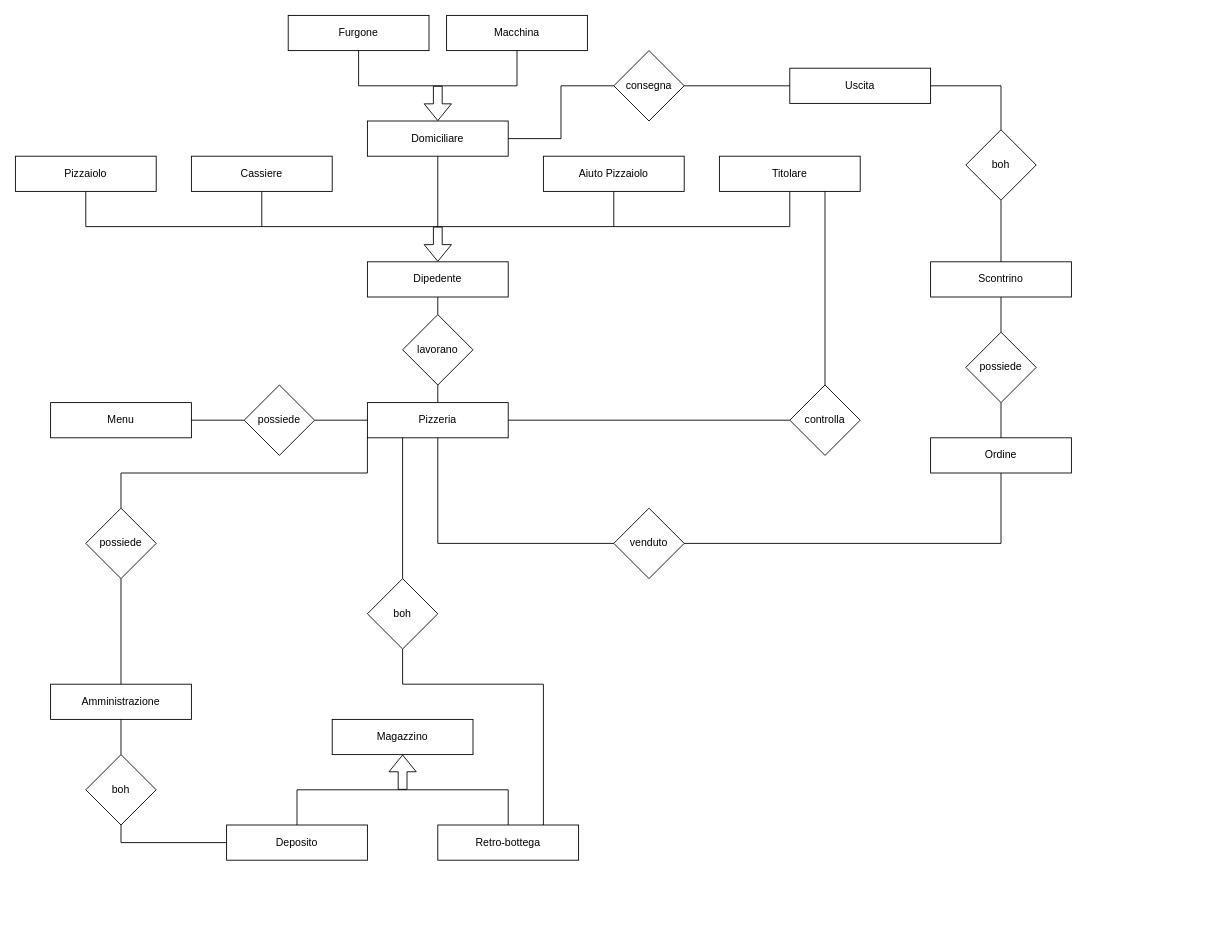
Above: Draw/PaduPizzaER.drawio in NicholasPilotto/PaduPizza (draw.io), before the change. Source tidied: cells renumbered, new cells numbered last; positions are measured from the earlier drawing's top-left corner, leaving out a move shared by most shapes. Both pictures are drawn from the tidied source at 88%, with x=0, y=0 at pixel (15, 15).
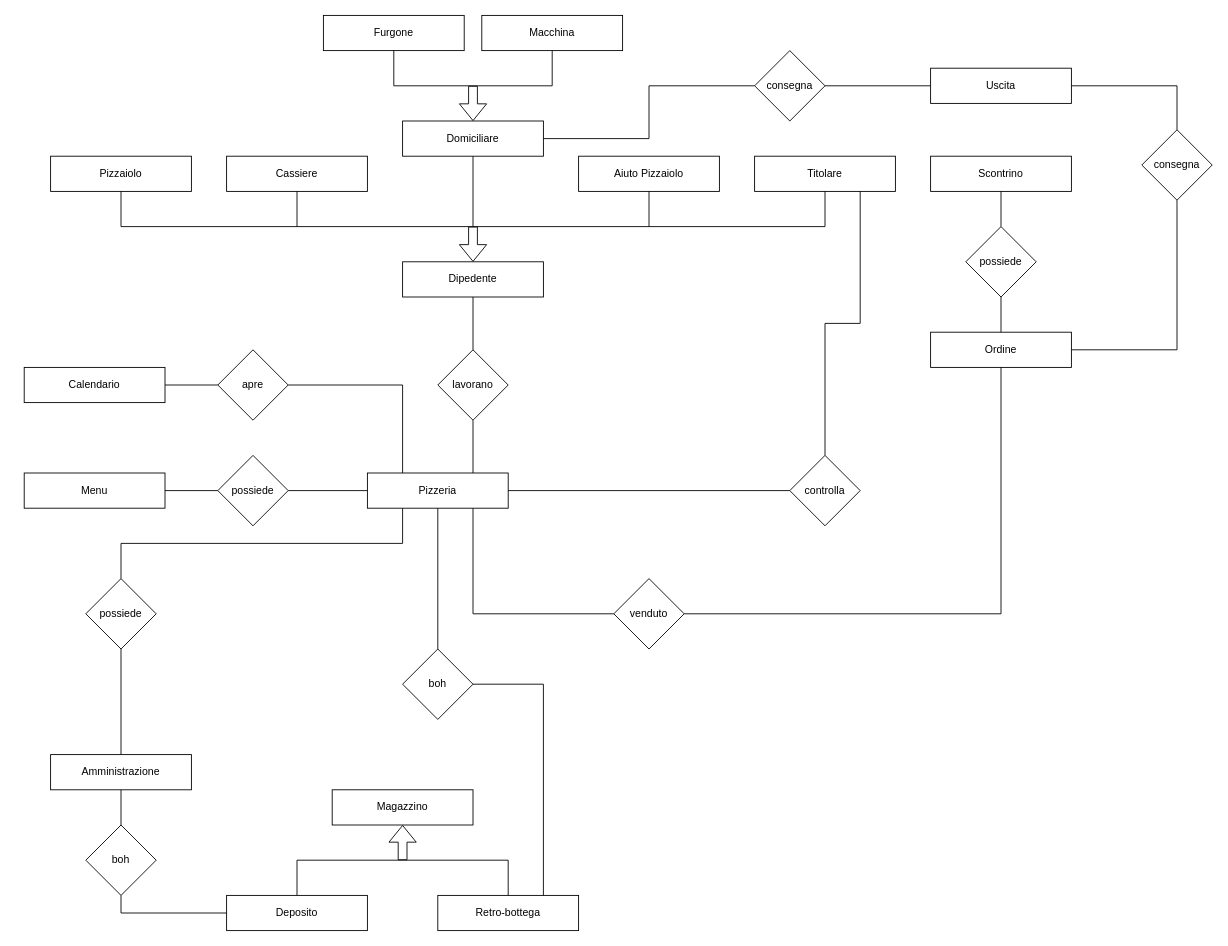
The same page after the edit.

Commit message:
Aggiunto calendario per la pizzeria e correzione collegamento tra uscita-ordine (prima era uscita-scontrino)

Diff of the diagram source:
```diff
@@
     <mxCell id="2" value="Dipedente" style="whiteSpace=wrap;html=1;align=center;comic=0;noLabel=0;portConstraintRotation=0;rounded=0;glass=0;sketch=0;shadow=0;" parent="1" vertex="1">
-      <mxGeometry x="400" y="280" width="160" height="40" as="geometry" />
+      <mxGeometry x="440" y="280" width="160" height="40" as="geometry" />
     </mxCell>
     <mxCell id="3" value="Pizzaiolo" style="whiteSpace=wrap;html=1;align=center;comic=0;noLabel=0;portConstraintRotation=0;rounded=0;glass=0;sketch=0;shadow=0;" parent="1" vertex="1">
-      <mxGeometry y="160" width="160" height="40" as="geometry" />
+      <mxGeometry x="40" y="160" width="160" height="40" as="geometry" />
     </mxCell>
     <mxCell id="4" value="Cassiere" style="whiteSpace=wrap;html=1;align=center;comic=0;noLabel=0;portConstraintRotation=0;rounded=0;glass=0;sketch=0;shadow=0;" parent="1" vertex="1">
-      <mxGeometry x="200" y="160" width="160" height="40" as="geometry" />
+      <mxGeometry x="240" y="160" width="160" height="40" as="geometry" />
     </mxCell>
     <mxCell id="5" value="Domiciliare" style="whiteSpace=wrap;html=1;align=center;comic=0;noLabel=0;portConstraintRotation=0;rounded=0;glass=0;sketch=0;shadow=0;" parent="1" vertex="1">
-      <mxGeometry x="400" y="120" width="160" height="40" as="geometry" />
+      <mxGeometry x="440" y="120" width="160" height="40" as="geometry" />
     </mxCell>
     <mxCell id="6" style="endArrow=none;html=1;entryX=0.5;entryY=1;entryDx=0;entryDy=0;" parent="1" edge="1" target="4">
       <mxGeometry relative="1" as="geometry">
-        <mxPoint x="280" y="240" as="sourcePoint" />
+        <mxPoint x="320" y="240" as="sourcePoint" />
       </mxGeometry>
     </mxCell>
     <mxCell id="7" style="endArrow=none;html=1;entryX=0.5;entryY=1;entryDx=0;entryDy=0;" parent="1" edge="1" target="5">
       <mxGeometry relative="1" as="geometry">
-        <mxPoint x="480" y="240" as="sourcePoint" />
+        <mxPoint x="520" y="240" as="sourcePoint" />
       </mxGeometry>
     </mxCell>
     <mxCell id="8" style="shape=flexArrow;endArrow=classic;html=1;entryX=0.5;entryY=0;entryDx=0;entryDy=0;" parent="1" edge="1" target="2">
       <mxGeometry relative="1" as="geometry">
-        <mxPoint x="480" y="240" as="sourcePoint" />
+        <mxPoint x="520" y="240" as="sourcePoint" />
       </mxGeometry>
     </mxCell>
     <mxCell id="9" value="Aiuto Pizzaiolo" style="whiteSpace=wrap;html=1;align=center;comic=0;noLabel=0;portConstraintRotation=0;rounded=0;glass=0;sketch=0;shadow=0;" parent="1" vertex="1">
-      <mxGeometry x="600" y="160" width="160" height="40" as="geometry" />
+      <mxGeometry x="640" y="160" width="160" height="40" as="geometry" />
     </mxCell>
-    <mxCell id="10" style="endArrow=none;html=1;entryX=0.5;entryY=1;entryDx=0;entryDy=0;" parent="1" edge="1">
-      <mxGeometry relative="1" as="geometry">
-        <mxPoint x="680" y="240" as="sourcePoint" />
-        <mxPoint x="680" y="200" as="targetPoint" />
-      </mxGeometry>
-    </mxCell>
     <mxCell id="11" value="Titolare" style="whiteSpace=wrap;html=1;align=center;comic=0;noLabel=0;portConstraintRotation=0;rounded=0;glass=0;sketch=0;shadow=0;" parent="1" vertex="1">
-      <mxGeometry x="800" y="160" width="160" height="40" as="geometry" />
+      <mxGeometry x="840" y="160" width="160" height="40" as="geometry" />
     </mxCell>
     <mxCell id="12" value="Furgone" style="whiteSpace=wrap;html=1;align=center;comic=0;noLabel=0;portConstraintRotation=0;rounded=0;glass=0;sketch=0;shadow=0;" parent="1" vertex="1">
-      <mxGeometry x="310" width="160" height="40" as="geometry" />
+      <mxGeometry x="350" width="160" height="40" as="geometry" />
     </mxCell>
     <mxCell id="13" value="Macchina" style="whiteSpace=wrap;html=1;align=center;comic=0;noLabel=0;portConstraintRotation=0;rounded=0;glass=0;sketch=0;shadow=0;" parent="1" vertex="1">
-      <mxGeometry x="490" width="160" height="40" as="geometry" />
+      <mxGeometry x="530" width="160" height="40" as="geometry" />
     </mxCell>
     <mxCell id="14" style="shape=flexArrow;endArrow=classic;html=1;entryX=0.5;entryY=0;entryDx=0;entryDy=0;" parent="1" edge="1">
       <mxGeometry relative="1" as="geometry">
-        <mxPoint x="480" y="80" as="sourcePoint" />
-        <mxPoint x="480" y="120" as="targetPoint" />
+        <mxPoint x="520" y="80" as="sourcePoint" />
+        <mxPoint x="520" y="120" as="targetPoint" />
       </mxGeometry>
     </mxCell>
     <mxCell id="15" value="Uscita" style="whiteSpace=wrap;html=1;align=center;comic=0;noLabel=0;portConstraintRotation=0;rounded=0;glass=0;sketch=0;shadow=0;" parent="1" vertex="1">
-      <mxGeometry x="880" y="60" width="160" height="40" as="geometry" />
+      <mxGeometry x="1040" y="60" width="160" height="40" as="geometry" />
     </mxCell>
     <mxCell id="16" style="endArrow=none;html=1;exitX=0.5;exitY=1;exitDx=0;exitDy=0;edgeStyle=elbowEdgeStyle;entryX=0.5;entryY=1;entryDx=0;entryDy=0;rounded=0;" parent="1" edge="1" source="3" target="11">
       <mxGeometry relative="1" as="geometry">
         <Array as="points">
-          <mxPoint x="470" y="240" />
+          <mxPoint x="510" y="240" />
         </Array>
       </mxGeometry>
     </mxCell>
@@
     <mxCell id="18" value="Pizzeria" style="whiteSpace=wrap;html=1;align=center;comic=0;noLabel=0;portConstraintRotation=0;rounded=0;glass=0;sketch=0;shadow=0;" parent="1" vertex="1">
-      <mxGeometry x="400" y="440" width="160" height="40" as="geometry" />
+      <mxGeometry x="400" y="520" width="160" height="40" as="geometry" />
     </mxCell>
     <mxCell id="19" value="lavorano" style="rhombus;whiteSpace=wrap;html=1;" parent="1" vertex="1">
-      <mxGeometry x="440" y="340" width="80" height="80" as="geometry" />
+      <mxGeometry x="480" y="380" width="80" height="80" as="geometry" />
     </mxCell>
@@
-    <mxCell id="21" style="endArrow=none;html=1;entryX=0.5;entryY=1;entryDx=0;entryDy=0;exitX=0.5;exitY=0;exitDx=0;exitDy=0;" parent="1" edge="1" source="18" target="19">
+    <mxCell id="21" style="endArrow=none;html=1;entryX=0.5;entryY=1;entryDx=0;entryDy=0;exitX=0.75;exitY=0;exitDx=0;exitDy=0;" parent="1" edge="1" source="18" target="19">
       <mxGeometry relative="1" as="geometry" />
     </mxCell>
     <mxCell id="22" value="consegna" style="rhombus;whiteSpace=wrap;html=1;" parent="1" vertex="1">
-      <mxGeometry x="680" y="40" width="80" height="80" as="geometry" />
+      <mxGeometry x="840" y="40" width="80" height="80" as="geometry" />
     </mxCell>
@@
     <mxCell id="25" value="controlla" style="rhombus;whiteSpace=wrap;html=1;" parent="1" vertex="1">
-      <mxGeometry x="880" y="420" width="80" height="80" as="geometry" />
+      <mxGeometry x="880" y="500" width="80" height="80" as="geometry" />
     </mxCell>
@@
     <mxCell id="27" style="endArrow=none;html=1;exitX=0.5;exitY=0;exitDx=0;exitDy=0;entryX=0.75;entryY=1;entryDx=0;entryDy=0;edgeStyle=orthogonalEdgeStyle;rounded=0;" parent="1" edge="1" source="25" target="11">
-      <mxGeometry relative="1" as="geometry" />
+      <mxGeometry relative="1" as="geometry">
+        <Array as="points">
+          <mxPoint x="920" y="350" />
+          <mxPoint x="960" y="350" />
+        </Array>
+      </mxGeometry>
     </mxCell>
     <mxCell id="28" value="Scontrino" style="whiteSpace=wrap;html=1;align=center;comic=0;noLabel=0;portConstraintRotation=0;rounded=0;glass=0;sketch=0;shadow=0;" parent="1" vertex="1">
-      <mxGeometry x="1040" y="280" width="160" height="40" as="geometry" />
+      <mxGeometry x="1040" y="160" width="160" height="40" as="geometry" />
     </mxCell>
     <mxCell id="29" value="Ordine" style="whiteSpace=wrap;html=1;align=center;comic=0;noLabel=0;portConstraintRotation=0;rounded=0;glass=0;sketch=0;shadow=0;" parent="1" vertex="1">
-      <mxGeometry x="1040" y="480" width="160" height="40" as="geometry" />
+      <mxGeometry x="1040" y="360" width="160" height="40" as="geometry" />
     </mxCell>
-    <mxCell id="30" value="boh" style="rhombus;whiteSpace=wrap;html=1;" parent="1" vertex="1">
-      <mxGeometry x="1080" y="130" width="80" height="80" as="geometry" />
+    <mxCell id="30" value="consegna" style="rhombus;whiteSpace=wrap;html=1;" parent="1" vertex="1">
+      <mxGeometry x="1280" y="130" width="80" height="80" as="geometry" />
     </mxCell>
@@
-    <mxCell id="32" style="endArrow=none;html=1;entryX=0.5;entryY=1;entryDx=0;entryDy=0;exitX=0.5;exitY=0;exitDx=0;exitDy=0;" parent="1" edge="1" source="28" target="30">
+    <mxCell id="32" style="endArrow=none;html=1;entryX=0.5;entryY=1;entryDx=0;entryDy=0;exitX=1;exitY=0.5;exitDx=0;exitDy=0;edgeStyle=orthogonalEdgeStyle;rounded=0;" parent="1" edge="1" source="29" target="30">
       <mxGeometry relative="1" as="geometry" />
     </mxCell>
     <mxCell id="33" value="possiede" style="rhombus;whiteSpace=wrap;html=1;" parent="1" vertex="1">
-      <mxGeometry x="1080" y="360" width="80" height="80" as="geometry" />
+      <mxGeometry x="1080" y="240" width="80" height="80" as="geometry" />
     </mxCell>
@@
     <mxCell id="36" value="venduto" style="rhombus;whiteSpace=wrap;html=1;" parent="1" vertex="1">
-      <mxGeometry x="680" y="560" width="80" height="80" as="geometry" />
+      <mxGeometry x="680" y="640" width="80" height="80" as="geometry" />
     </mxCell>
     <mxCell id="37" style="endArrow=none;html=1;entryX=0.5;entryY=1;entryDx=0;entryDy=0;exitX=1;exitY=0.5;exitDx=0;exitDy=0;edgeStyle=elbowEdgeStyle;rounded=0;elbow=vertical;" parent="1" edge="1" source="36" target="29">
       <mxGeometry relative="1" as="geometry">
         <Array as="points">
+          <mxPoint x="790" y="680" />
           <mxPoint x="940" y="600" />
         </Array>
       </mxGeometry>
     </mxCell>
-    <mxCell id="38" style="endArrow=none;html=1;exitX=0;exitY=0.5;exitDx=0;exitDy=0;entryX=0.5;entryY=1;entryDx=0;entryDy=0;edgeStyle=elbowEdgeStyle;elbow=vertical;rounded=0;" parent="1" edge="1" source="36" target="18">
+    <mxCell id="38" style="endArrow=none;html=1;exitX=0;exitY=0.5;exitDx=0;exitDy=0;edgeStyle=elbowEdgeStyle;elbow=vertical;rounded=0;entryX=0.75;entryY=1;entryDx=0;entryDy=0;" parent="1" edge="1" source="36" target="18">
       <mxGeometry relative="1" as="geometry">
         <Array as="points">
-          <mxPoint x="580" y="600" />
+          <mxPoint x="600" y="680" />
         </Array>
       </mxGeometry>
     </mxCell>
     <mxCell id="39" value="Menu" style="whiteSpace=wrap;html=1;align=center;comic=0;noLabel=0;portConstraintRotation=0;rounded=0;glass=0;sketch=0;shadow=0;" parent="1" vertex="1">
-      <mxGeometry x="40" y="440" width="160" height="40" as="geometry" />
+      <mxGeometry x="10" y="520" width="160" height="40" as="geometry" />
     </mxCell>
     <mxCell id="40" value="possiede" style="rhombus;whiteSpace=wrap;html=1;" parent="1" vertex="1">
-      <mxGeometry x="260" y="420" width="80" height="80" as="geometry" />
+      <mxGeometry x="230" y="500" width="80" height="80" as="geometry" />
     </mxCell>
@@
     <mxCell id="43" value="Amministrazione" style="whiteSpace=wrap;html=1;align=center;comic=0;noLabel=0;portConstraintRotation=0;rounded=0;glass=0;sketch=0;shadow=0;" parent="1" vertex="1">
-      <mxGeometry x="40" y="760" width="160" height="40" as="geometry" />
+      <mxGeometry x="40" y="840" width="160" height="40" as="geometry" />
     </mxCell>
     <mxCell id="44" value="possiede" style="rhombus;whiteSpace=wrap;html=1;" parent="1" vertex="1">
-      <mxGeometry x="80" y="560" width="80" height="80" as="geometry" />
+      <mxGeometry x="80" y="640" width="80" height="80" as="geometry" />
     </mxCell>
@@
-    <mxCell id="46" style="endArrow=none;html=1;exitX=0.5;exitY=0;exitDx=0;exitDy=0;entryX=0;entryY=1;entryDx=0;entryDy=0;edgeStyle=elbowEdgeStyle;elbow=vertical;rounded=0;" parent="1" edge="1" source="44" target="18">
+    <mxCell id="46" style="endArrow=none;html=1;exitX=0.5;exitY=0;exitDx=0;exitDy=0;entryX=0.25;entryY=1;entryDx=0;entryDy=0;edgeStyle=elbowEdgeStyle;elbow=vertical;rounded=0;" parent="1" edge="1" source="44" target="18">
       <mxGeometry relative="1" as="geometry" />
     </mxCell>
     <mxCell id="47" value="Magazzino" style="whiteSpace=wrap;html=1;align=center;comic=0;noLabel=0;portConstraintRotation=0;rounded=0;glass=0;sketch=0;shadow=0;" parent="1" vertex="1">
-      <mxGeometry x="360" y="800" width="160" height="40" as="geometry" />
+      <mxGeometry x="360" y="880" width="160" height="40" as="geometry" />
     </mxCell>
     <mxCell id="48" value="Deposito" style="whiteSpace=wrap;html=1;align=center;comic=0;noLabel=0;portConstraintRotation=0;rounded=0;glass=0;sketch=0;shadow=0;" parent="1" vertex="1">
-      <mxGeometry x="240" y="920" width="160" height="40" as="geometry" />
+      <mxGeometry x="240" y="1000" width="160" height="40" as="geometry" />
     </mxCell>
     <mxCell id="49" value="Retro-bottega" style="whiteSpace=wrap;html=1;align=center;comic=0;noLabel=0;portConstraintRotation=0;rounded=0;glass=0;sketch=0;shadow=0;" parent="1" vertex="1">
-      <mxGeometry x="480" y="920" width="160" height="40" as="geometry" />
+      <mxGeometry x="480" y="1000" width="160" height="40" as="geometry" />
     </mxCell>
     <mxCell id="50" style="endArrow=none;html=1;entryX=0.5;entryY=0;entryDx=0;entryDy=0;exitX=0.5;exitY=0;exitDx=0;exitDy=0;edgeStyle=elbowEdgeStyle;elbow=vertical;rounded=0;" parent="1" edge="1" source="48" target="49">
       <mxGeometry relative="1" as="geometry">
         <Array as="points">
-          <mxPoint x="440" y="880" />
+          <mxPoint x="450" y="960" />
         </Array>
       </mxGeometry>
     </mxCell>
     <mxCell id="51" style="shape=flexArrow;endArrow=classic;html=1;entryX=0.5;entryY=1;entryDx=0;entryDy=0;" parent="1" edge="1" target="47">
       <mxGeometry relative="1" as="geometry">
-        <mxPoint x="440" y="880" as="sourcePoint" />
+        <mxPoint x="440" y="960" as="sourcePoint" />
       </mxGeometry>
     </mxCell>
     <mxCell id="52" value="boh" style="rhombus;whiteSpace=wrap;html=1;" parent="1" vertex="1">
-      <mxGeometry x="80" y="840" width="80" height="80" as="geometry" />
+      <mxGeometry x="80" y="920" width="80" height="80" as="geometry" />
     </mxCell>
@@
     <mxCell id="55" value="boh" style="rhombus;whiteSpace=wrap;html=1;" parent="1" vertex="1">
-      <mxGeometry x="400" y="640" width="80" height="80" as="geometry" />
+      <mxGeometry x="440" y="720" width="80" height="80" as="geometry" />
     </mxCell>
-    <mxCell id="56" style="endArrow=none;html=1;exitX=0.75;exitY=0;exitDx=0;exitDy=0;entryX=0.5;entryY=1;entryDx=0;entryDy=0;edgeStyle=elbowEdgeStyle;rounded=0;elbow=vertical;" parent="1" edge="1" source="49" target="55">
+    <mxCell id="56" style="endArrow=none;html=1;exitX=0.75;exitY=0;exitDx=0;exitDy=0;entryX=1;entryY=0.5;entryDx=0;entryDy=0;edgeStyle=elbowEdgeStyle;rounded=0;elbow=vertical;" parent="1" edge="1" source="49" target="55">
       <mxGeometry relative="1" as="geometry">
         <Array as="points">
-          <mxPoint x="540" y="760" />
+          <mxPoint x="560" y="760" />
         </Array>
       </mxGeometry>
     </mxCell>
-    <mxCell id="57" style="endArrow=none;html=1;exitX=0.5;exitY=0;exitDx=0;exitDy=0;entryX=0.25;entryY=1;entryDx=0;entryDy=0;" parent="1" edge="1" source="55" target="18">
+    <mxCell id="57" style="endArrow=none;html=1;exitX=0.5;exitY=0;exitDx=0;exitDy=0;entryX=0.5;entryY=1;entryDx=0;entryDy=0;" parent="1" edge="1" source="55" target="18">
       <mxGeometry relative="1" as="geometry" />
     </mxCell>
+    <mxCell id="58" value="Calendario" style="whiteSpace=wrap;html=1;align=center;comic=0;noLabel=0;portConstraintRotation=0;rounded=0;glass=0;sketch=0;shadow=0;" parent="1" vertex="1">
+      <mxGeometry x="10" y="400" width="160" height="40" as="geometry" />
+    </mxCell>
+    <mxCell id="59" value="apre" style="rhombus;whiteSpace=wrap;html=1;" parent="1" vertex="1">
+      <mxGeometry x="230" y="380" width="80" height="80" as="geometry" />
+    </mxCell>
+    <mxCell id="60" style="endArrow=none;html=1;exitX=1;exitY=0.5;exitDx=0;exitDy=0;entryX=0;entryY=0.5;entryDx=0;entryDy=0;" parent="1" edge="1" source="58" target="59">
+      <mxGeometry relative="1" as="geometry" />
+    </mxCell>
+    <mxCell id="61" style="endArrow=none;html=1;exitX=1;exitY=0.5;exitDx=0;exitDy=0;entryX=0.25;entryY=0;entryDx=0;entryDy=0;edgeStyle=orthogonalEdgeStyle;rounded=0;" parent="1" edge="1" source="59" target="18">
+      <mxGeometry relative="1" as="geometry" />
+    </mxCell>
+    <mxCell id="62" style="endArrow=none;html=1;entryX=0.5;entryY=1;entryDx=0;entryDy=0;" parent="1" edge="1" target="9">
+      <mxGeometry relative="1" as="geometry">
+        <mxPoint x="720" y="240" as="sourcePoint" />
+      </mxGeometry>
+    </mxCell>
```
